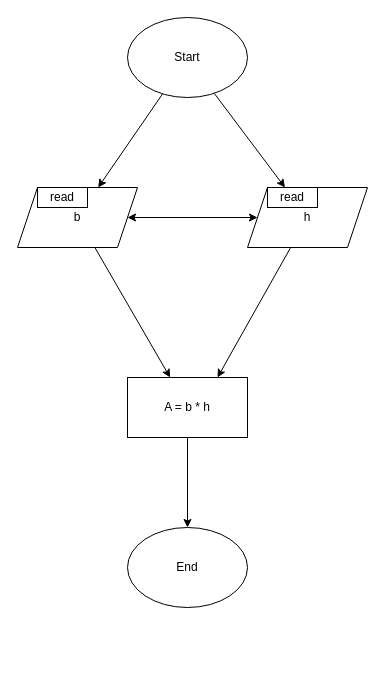
Earlier version of the draw.io diagram 01-circleArea/tasks/parallelogram/model.drawio (Amr-Hendawy/ayman-frontend-course). Source tidied: cells renumbered, new cells numbered last; positions are measured from the earlier drawing's top-left corner, leaving out a move shared by most shapes. Both pictures are drawn from the tidied source at 100%, with x=0, y=0 at pixel (17, 17).
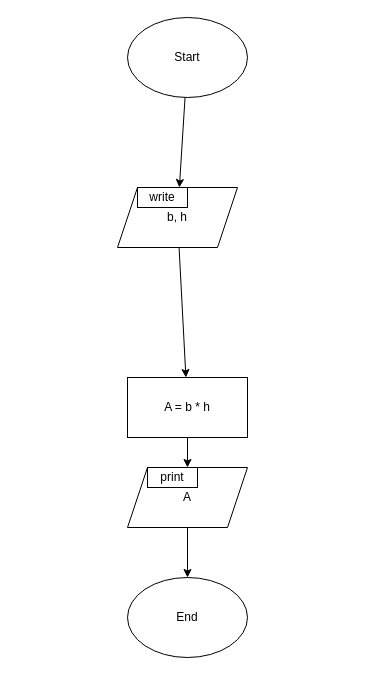
Above is the later version.

The edit, as a diff of the source:
```diff
@@
 <mxGraphModel>
   <root>
     <mxCell id="0" />
     <mxCell id="1" parent="0" />
     <mxCell id="2" style="edgeStyle=none;html=1;" parent="1" edge="1" source="4" target="6">
       <mxGeometry relative="1" as="geometry" />
     </mxCell>
-    <mxCell id="3" style="edgeStyle=none;html=1;" parent="1" edge="1" source="4" target="8">
-      <mxGeometry relative="1" as="geometry" />
-    </mxCell>
     <mxCell id="4" value="Start" style="ellipse;whiteSpace=wrap;html=1;" parent="1" vertex="1">
       <mxGeometry x="110" width="120" height="80" as="geometry" />
     </mxCell>
     <mxCell id="5" style="edgeStyle=none;html=1;" parent="1" edge="1" source="6" target="13">
       <mxGeometry relative="1" as="geometry" />
     </mxCell>
-    <mxCell id="6" value="b" style="shape=parallelogram;perimeter=parallelogramPerimeter;whiteSpace=wrap;html=1;fixedSize=1;" parent="1" vertex="1">
-      <mxGeometry y="170" width="120" height="60" as="geometry" />
+    <mxCell id="6" value="b, h" style="shape=parallelogram;perimeter=parallelogramPerimeter;whiteSpace=wrap;html=1;fixedSize=1;" parent="1" vertex="1">
+      <mxGeometry x="100" y="170" width="120" height="60" as="geometry" />
     </mxCell>
-    <mxCell id="7" style="edgeStyle=none;html=1;entryX=0.75;entryY=0;entryDx=0;entryDy=0;" parent="1" edge="1" source="8" target="13">
-      <mxGeometry relative="1" as="geometry" />
-    </mxCell>
-    <mxCell id="8" value="h" style="shape=parallelogram;perimeter=parallelogramPerimeter;whiteSpace=wrap;html=1;fixedSize=1;" parent="1" vertex="1">
-      <mxGeometry x="230" y="170" width="120" height="60" as="geometry" />
-    </mxCell>
-    <mxCell id="9" style="endArrow=classic;startArrow=classic;html=1;entryX=0;entryY=0.5;entryDx=0;entryDy=0;exitX=1;exitY=0.5;exitDx=0;exitDy=0;" parent="1" edge="1" source="6" target="8">
-      <mxGeometry relative="1" as="geometry" />
-    </mxCell>
-    <mxCell id="10" value="read" style="rounded=0;whiteSpace=wrap;html=1;" parent="1" vertex="1">
-      <mxGeometry x="20" y="170" width="50" height="20" as="geometry" />
+    <mxCell id="10" value="write" style="rounded=0;whiteSpace=wrap;html=1;" parent="1" vertex="1">
+      <mxGeometry x="120" y="170" width="50" height="20" as="geometry" />
     </mxCell>
-    <mxCell id="11" value="read" style="rounded=0;whiteSpace=wrap;html=1;" parent="1" vertex="1">
-      <mxGeometry x="250" y="170" width="50" height="20" as="geometry" />
-    </mxCell>
-    <mxCell id="12" style="edgeStyle=none;html=1;" parent="1" edge="1" source="13" target="14">
-      <mxGeometry relative="1" as="geometry" />
-    </mxCell>
+    <mxCell id="15" style="edgeStyle=none;html=1;" parent="1" edge="1" source="13">
+      <mxGeometry relative="1" as="geometry">
+        <mxPoint x="170" y="450" as="targetPoint" />
+      </mxGeometry>
+    </mxCell>
     <mxCell id="13" value="A = b * h" style="whiteSpace=wrap;html=1;" parent="1" vertex="1">
       <mxGeometry x="110" y="360" width="120" height="60" as="geometry" />
     </mxCell>
     <mxCell id="14" value="End" style="ellipse;whiteSpace=wrap;html=1;" parent="1" vertex="1">
-      <mxGeometry x="110" y="510" width="120" height="80" as="geometry" />
+      <mxGeometry x="110" y="560" width="120" height="80" as="geometry" />
     </mxCell>
+    <mxCell id="16" style="edgeStyle=none;html=1;" parent="1" edge="1" source="17" target="14">
+      <mxGeometry relative="1" as="geometry" />
+    </mxCell>
+    <mxCell id="17" value="A" style="shape=parallelogram;perimeter=parallelogramPerimeter;whiteSpace=wrap;html=1;fixedSize=1;" parent="1" vertex="1">
+      <mxGeometry x="110" y="450" width="120" height="60" as="geometry" />
+    </mxCell>
+    <mxCell id="18" value="print" style="rounded=0;whiteSpace=wrap;html=1;" parent="1" vertex="1">
+      <mxGeometry x="130" y="450" width="50" height="20" as="geometry" />
+    </mxCell>
   </root>
 </mxGraphModel>
```
